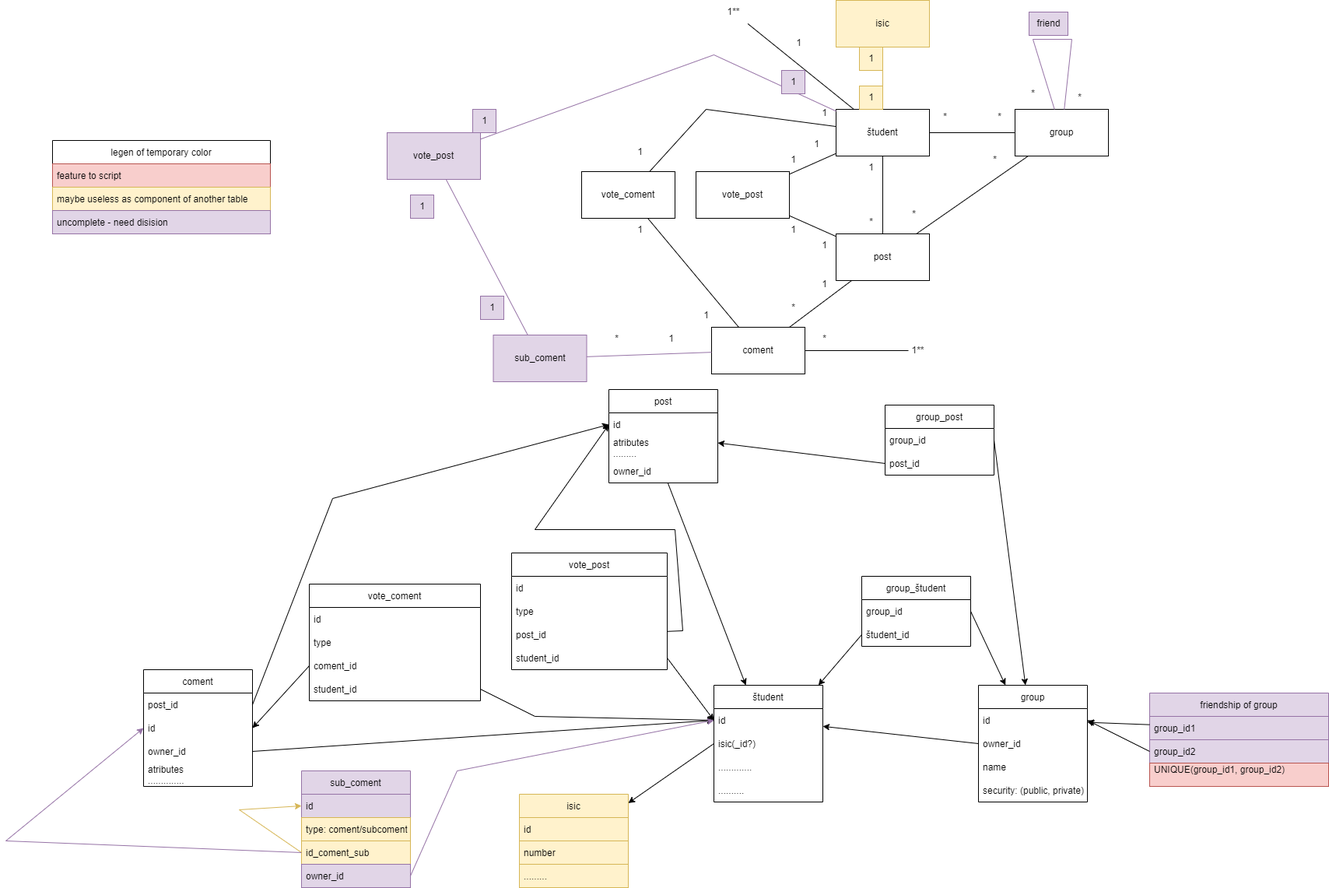
Above: documentation/umlERDandER.drawio.png in MatejMagat305/RedditForStudents (draw.io), before the change. Source tidied: cells renumbered, new cells last; positions are measured from the earlier drawing's top-left corner, leaving out a move shared by most shapes.
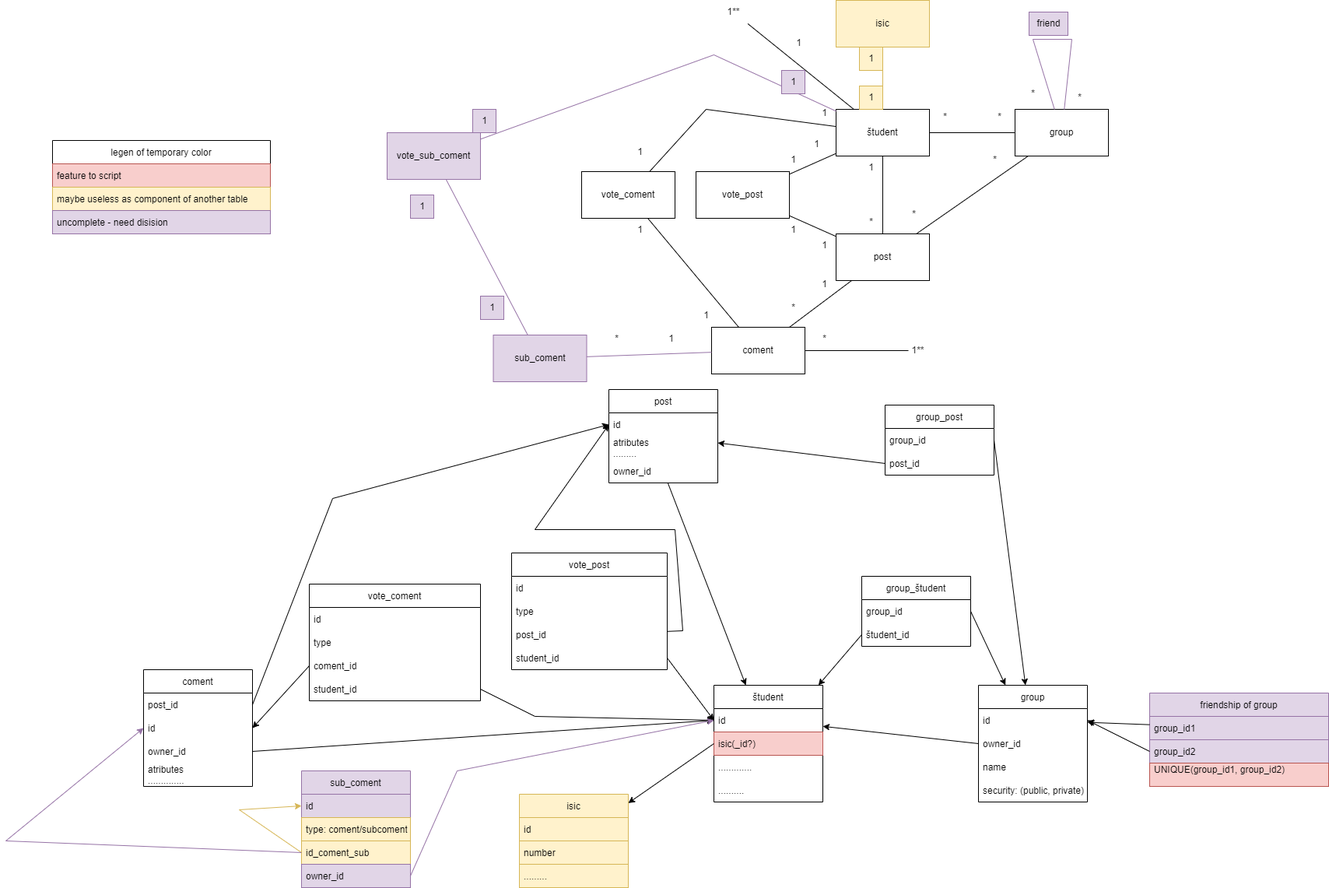
Later version of the same file.

What changed in the source:
```diff
@@ -8,7 +8,7 @@
     <mxCell id="3" value="id" style="text;strokeColor=none;fillColor=none;align=left;verticalAlign=middle;spacingLeft=4;spacingRight=4;overflow=hidden;points=[[0,0.5],[1,0.5]];portConstraint=eastwest;" parent="2" vertex="1">
       <mxGeometry y="30" width="140" height="30" as="geometry" />
     </mxCell>
-    <mxCell id="4" value="isic(_id?)" style="text;strokeColor=none;fillColor=none;align=left;verticalAlign=middle;spacingLeft=4;spacingRight=4;overflow=hidden;points=[[0,0.5],[1,0.5]];portConstraint=eastwest;" parent="2" vertex="1">
+    <mxCell id="4" value="isic(_id?)" style="text;strokeColor=#b85450;fillColor=#f8cecc;align=left;verticalAlign=middle;spacingLeft=4;spacingRight=4;overflow=hidden;points=[[0,0.5],[1,0.5]];portConstraint=eastwest;" parent="2" vertex="1">
       <mxGeometry y="60" width="140" height="30" as="geometry" />
     </mxCell>
     <mxCell id="5" value="............." style="text;strokeColor=none;fillColor=none;align=left;verticalAlign=middle;spacingLeft=4;spacingRight=4;overflow=hidden;" parent="2" vertex="1">
@@ -396,7 +396,7 @@
     <mxCell id="120" value="1" style="text;html=1;align=center;verticalAlign=middle;strokeColor=#9673a6;fillColor=#e1d5e7;" parent="1" vertex="1">
       <mxGeometry x="600" y="140" width="30" height="30" as="geometry" />
     </mxCell>
-    <mxCell id="121" value="vote_post" style="rounded=0;whiteSpace=wrap;html=1;fillColor=#e1d5e7;strokeColor=#9673a6;" parent="1" vertex="1">
+    <mxCell id="121" value="vote_sub_coment" style="rounded=0;whiteSpace=wrap;html=1;fillColor=#e1d5e7;strokeColor=#9673a6;" parent="1" vertex="1">
       <mxGeometry x="490" y="170" width="120" height="60" as="geometry" />
     </mxCell>
     <mxCell id="122" style="endArrow=none;html=1;rounded=0;fillColor=#e1d5e7;strokeColor=#9673a6;" parent="1" edge="1" source="121" target="35">
```
